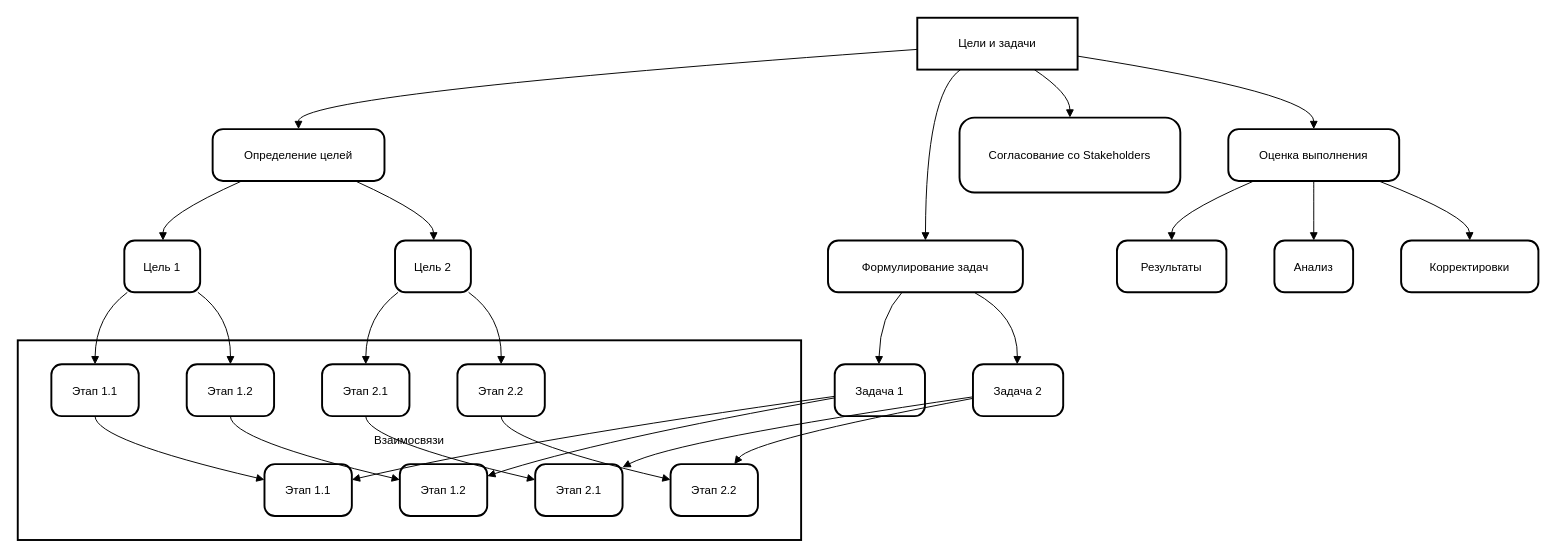
Above: Project_on_Oracle_Cloud.drawio in ElvenRivendil/Diagrams_blocks_algoritms (draw.io), before the change. Source tidied: cells renumbered, new cells numbered last; positions are measured from the earlier drawing's top-left corner, leaving out a move shared by most shapes. Both pictures are drawn from the tidied source at 96%, with x=0, y=0 at pixel (17, 17).
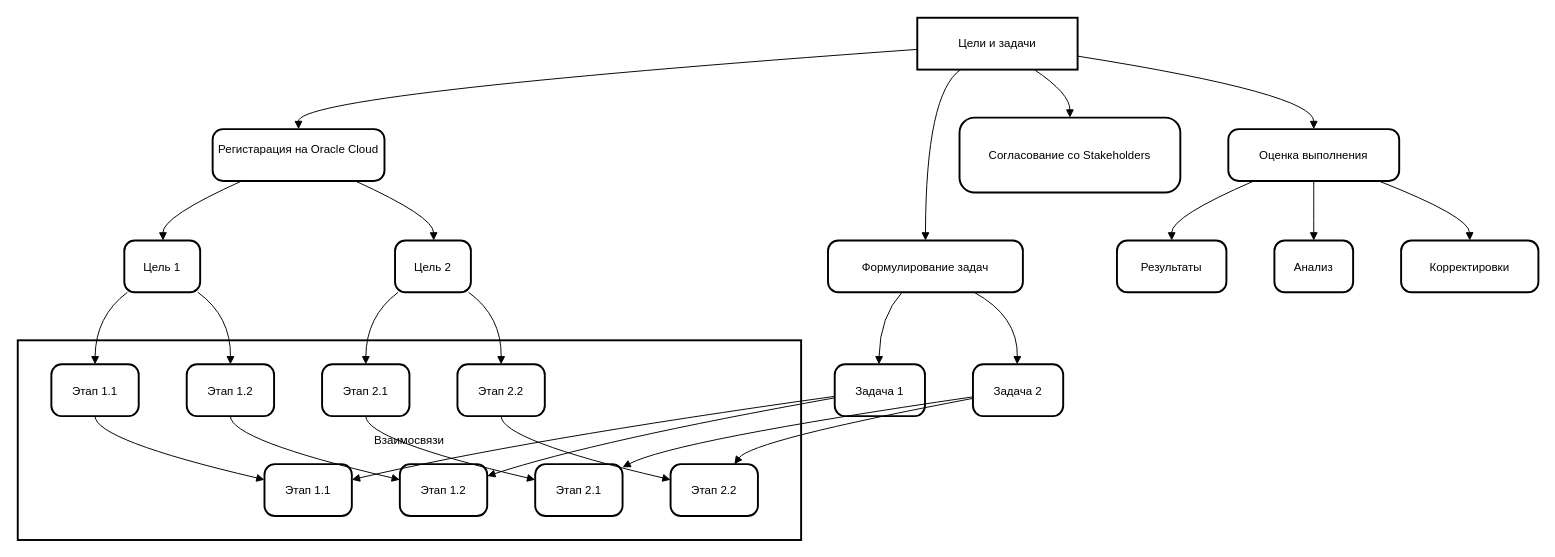
The same diagram, later.

What changed in the source:
```diff
@@
-    <mxCell id="4" value="Определение целей" style="rounded=1;arcSize=20;strokeWidth=2;" parent="1" vertex="1">
+    <mxCell id="4" value="Регистарация на Oracle Cloud&#10;" style="rounded=1;arcSize=20;strokeWidth=2;" parent="1" vertex="1">
       <mxGeometry x="203" y="116" width="179" height="54" as="geometry" />
     </mxCell>
```
